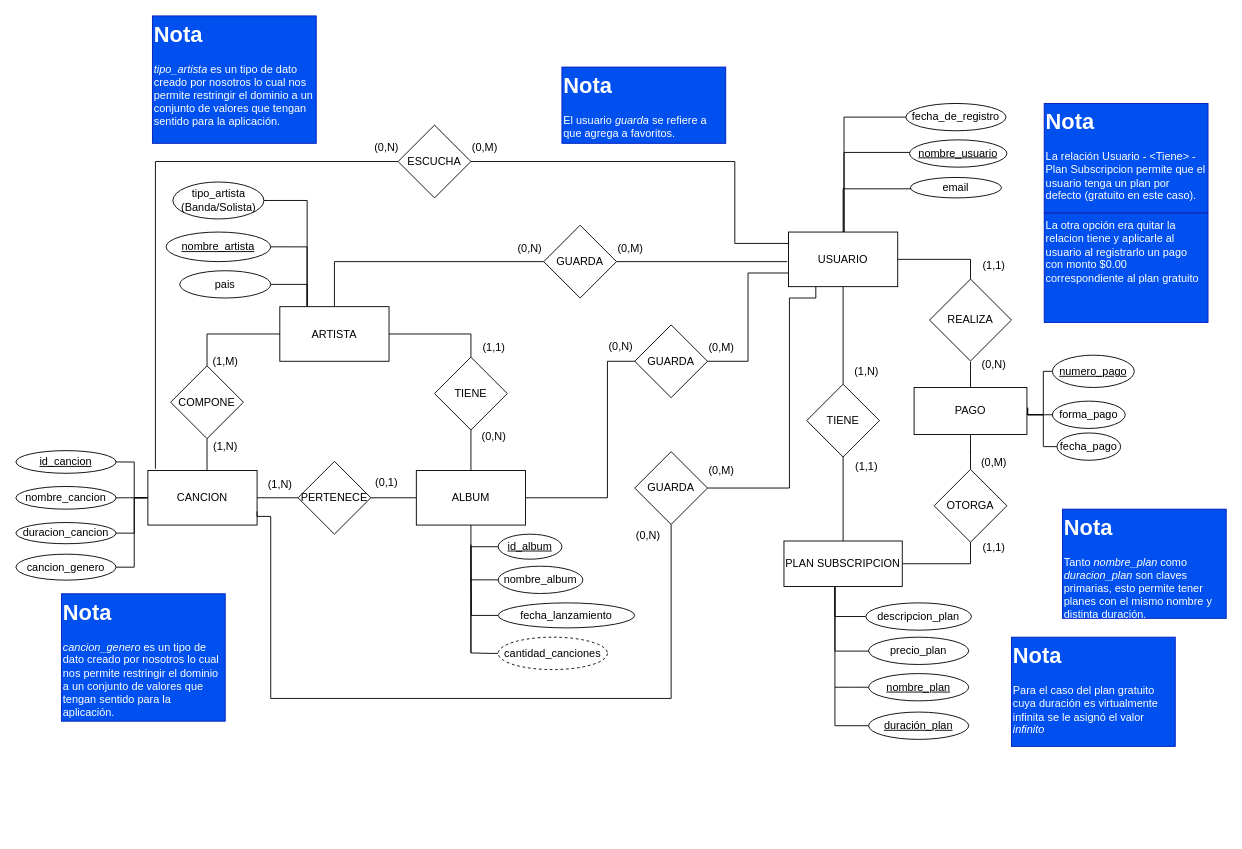
NachoSco/TP_BDD keeps this draw.io diagram as TP_Musica.drawio. Above is the earlier version. Source tidied: cells renumbered, new cells numbered last; positions are measured from the earlier drawing's top-left corner, leaving out a move shared by most shapes. Both pictures are drawn from the tidied source at 91%, with x=0, y=0 at pixel (15, 15).
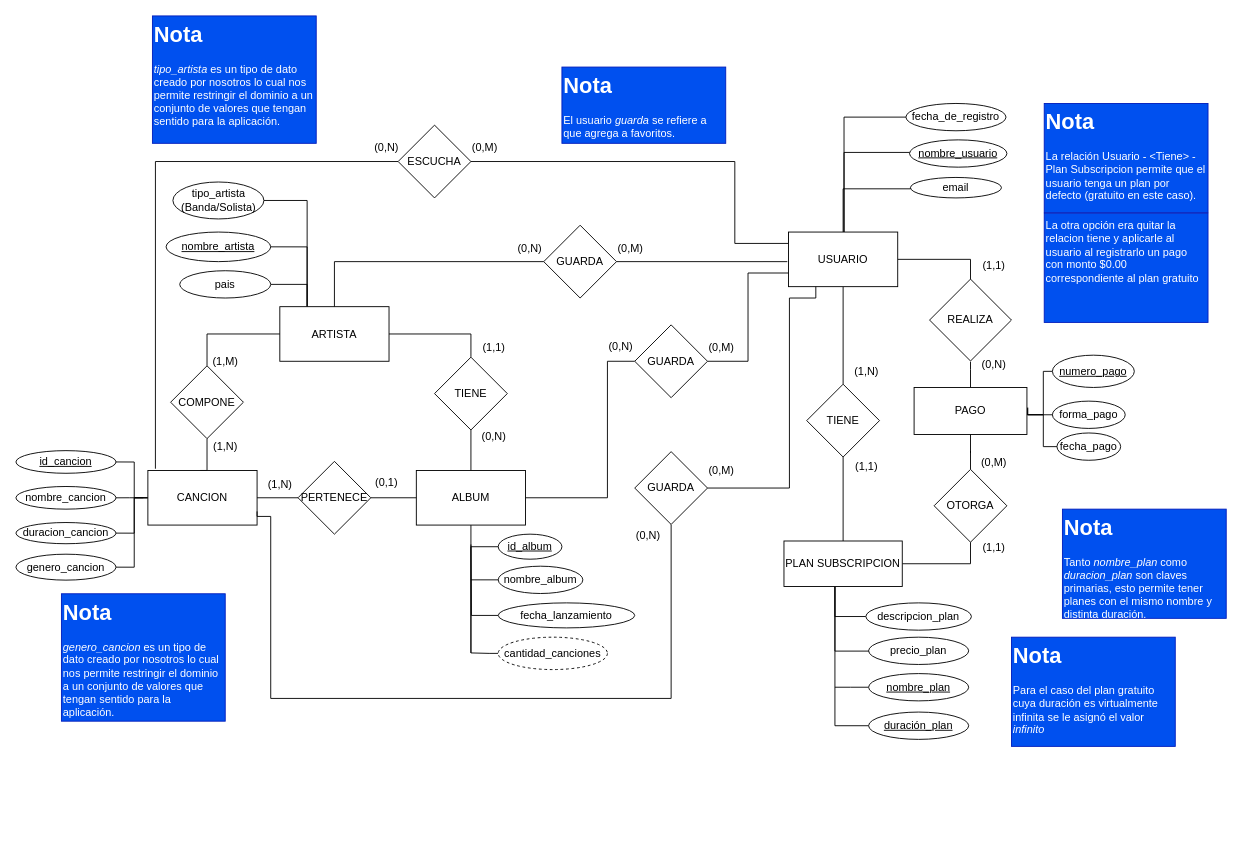
The same page after the edit.

Commit message (it also covers changes not shown here):
Arreglado nombre del genero en entidad 'Cancion' y agregado docx con el pasaje a modelo relacionalA

Diff of the diagram source:
```diff
@@
-    <mxCell id="85" value="cancion_genero" style="ellipse;whiteSpace=wrap;html=1;" parent="1" vertex="1">
+    <mxCell id="85" value="genero_cancion" style="ellipse;whiteSpace=wrap;html=1;" parent="1" vertex="1">
       <mxGeometry y="591.5" width="110" height="28.5" as="geometry" />
     </mxCell>
@@
-    <mxCell id="103" value="&lt;h1 style=&quot;margin-top: 0px;&quot;&gt;Nota&lt;/h1&gt;&lt;p&gt;&lt;i&gt;cancion_genero&lt;/i&gt;&amp;nbsp;es un tipo de dato creado por nosotros lo cual nos permite restringir el dominio a un conjunto de valores que tengan sentido para la aplicación.&lt;/p&gt;" style="text;html=1;whiteSpace=wrap;overflow=hidden;rounded=0;fillColor=#0050ef;strokeColor=#001DBC;fontColor=#ffffff;" parent="1" vertex="1">
+    <mxCell id="103" value="&lt;h1 style=&quot;margin-top: 0px;&quot;&gt;Nota&lt;/h1&gt;&lt;p&gt;&lt;i&gt;genero_cancion&amp;nbsp;&lt;/i&gt;es un tipo de dato creado por nosotros lo cual nos permite restringir el dominio a un conjunto de valores que tengan sentido para la aplicación.&lt;/p&gt;" style="text;html=1;whiteSpace=wrap;overflow=hidden;rounded=0;fillColor=#0050ef;strokeColor=#001DBC;fontColor=#ffffff;" parent="1" vertex="1">
       <mxGeometry x="50" y="635" width="180" height="140" as="geometry" />
     </mxCell>
```
